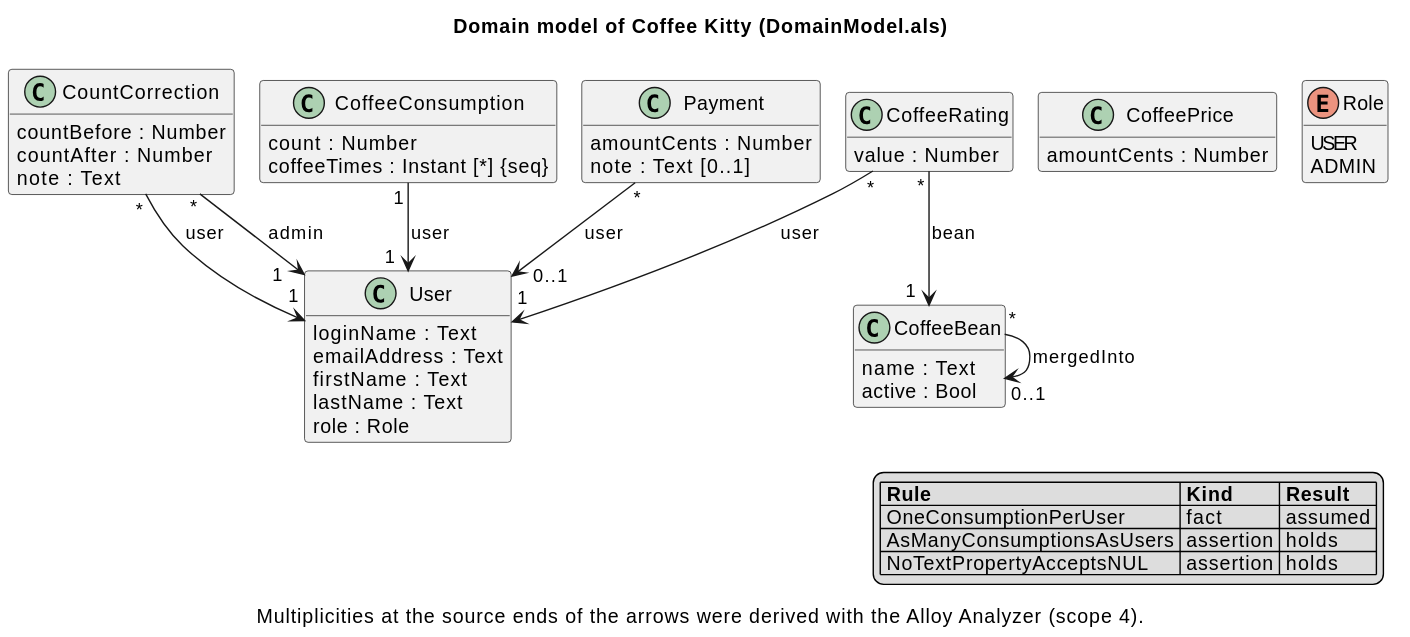
Earlier version of the PlantUML export doc/class-diagrams/DomainModel.svg (se-uhd/coffee-kitty).
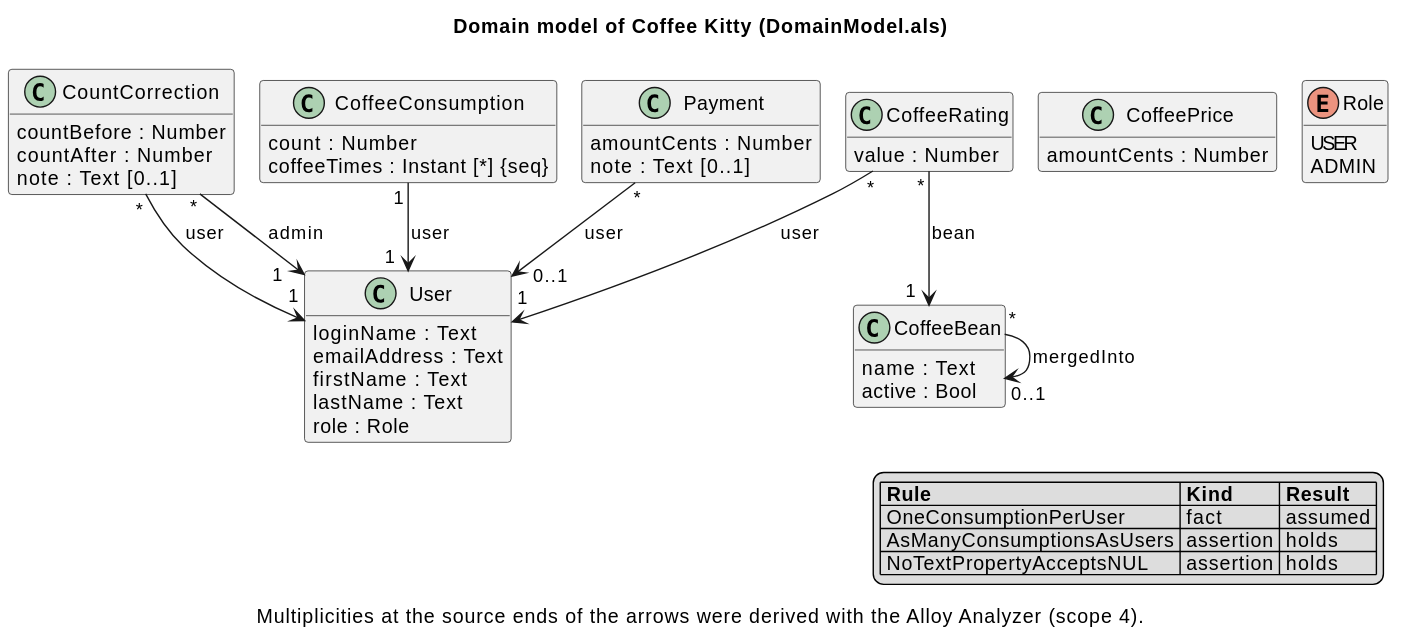
Later version of the same file.

Change to the diagram source:
```diff
@@ -17,7 +17,7 @@
 class CountCorrection {
   countBefore : Number
   countAfter : Number
-  note : Text
+  note : Text [0..1]
 }
 class CoffeeBean {
   name : Text
```
